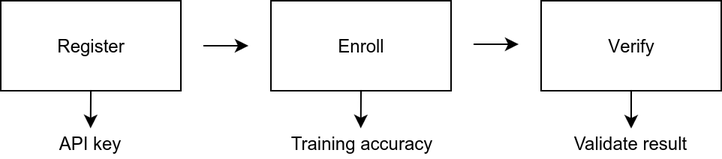
Above: IMG/WorkFlow.png in thavryl/BiolockDemo (draw.io), before the change. Source tidied: cells renumbered, new cells last; positions are measured from the earlier drawing's top-left corner, leaving out a move shared by most shapes.
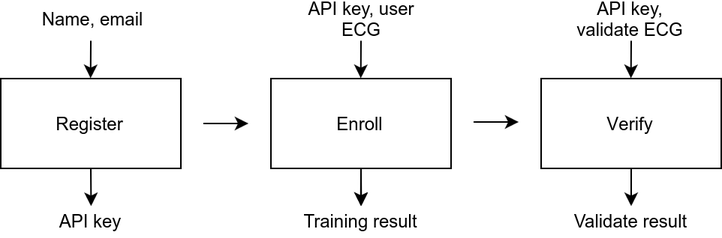
After the commit.

Change to the diagram source:
```diff
@@ -22,7 +22,7 @@
         <mxPoint x="240" y="60" as="sourcePoint" />
       </mxGeometry>
     </mxCell>
-    <mxCell id="7" value="Training accuracy" style="text;html=1;strokeColor=none;fillColor=none;align=center;verticalAlign=middle;whiteSpace=wrap;" parent="1" vertex="1">
+    <mxCell id="7" value="Training result" style="text;html=1;strokeColor=none;fillColor=none;align=center;verticalAlign=middle;whiteSpace=wrap;" parent="1" vertex="1">
       <mxGeometry x="190" y="85" width="100" height="20" as="geometry" />
     </mxCell>
     <mxCell id="8" style="endArrow=classic;html=1;entryX=0.5;entryY=0;" parent="1" edge="1" target="9">
@@ -48,5 +48,38 @@
         <mxPoint x="420" y="85.2" as="targetPoint" />
       </mxGeometry>
     </mxCell>
+    <mxCell id="13" style="endArrow=classic;html=1;entryX=0.5;entryY=0;" parent="1" edge="1">
+      <mxGeometry x="280" y="330" as="geometry">
+        <mxPoint x="240" y="60" as="sourcePoint" />
+        <mxPoint x="239.9" y="85" as="targetPoint" />
+      </mxGeometry>
+    </mxCell>
+    <mxCell id="14" style="endArrow=classic;html=1;entryX=0.5;entryY=0;" parent="1" edge="1">
+      <mxGeometry x="100" y="244.7" as="geometry">
+        <mxPoint x="60" y="-25.3" as="sourcePoint" />
+        <mxPoint x="59.9" y="-0.3" as="targetPoint" />
+      </mxGeometry>
+    </mxCell>
+    <mxCell id="15" value="Name, email" style="text;html=1;strokeColor=none;fillColor=none;align=center;verticalAlign=middle;whiteSpace=wrap;" parent="1" vertex="1">
+      <mxGeometry x="23" y="-50" width="75" height="20" as="geometry" />
+    </mxCell>
+    <mxCell id="16" value="API key, u&lt;span&gt;ser ECG&lt;/span&gt;" style="text;html=1;strokeColor=none;fillColor=none;align=center;verticalAlign=middle;whiteSpace=wrap;" parent="1" vertex="1">
+      <mxGeometry x="203" y="-50" width="75" height="20" as="geometry" />
+    </mxCell>
+    <mxCell id="17" style="endArrow=classic;html=1;entryX=0.5;entryY=0;" parent="1" edge="1">
+      <mxGeometry x="280" y="244.7" as="geometry">
+        <mxPoint x="240" y="-25.3" as="sourcePoint" />
+        <mxPoint x="239.9" y="-0.3" as="targetPoint" />
+      </mxGeometry>
+    </mxCell>
+    <mxCell id="18" value="API key, validate ECG" style="text;html=1;strokeColor=none;fillColor=none;align=center;verticalAlign=middle;whiteSpace=wrap;" parent="1" vertex="1">
+      <mxGeometry x="382" y="-50" width="75" height="20" as="geometry" />
+    </mxCell>
+    <mxCell id="19" style="endArrow=classic;html=1;entryX=0.5;entryY=0;" parent="1" edge="1">
+      <mxGeometry x="460" y="244.7" as="geometry">
+        <mxPoint x="420" y="-25.3" as="sourcePoint" />
+        <mxPoint x="419.9" y="-0.3" as="targetPoint" />
+      </mxGeometry>
+    </mxCell>
   </root>
 </mxGraphModel>
```
